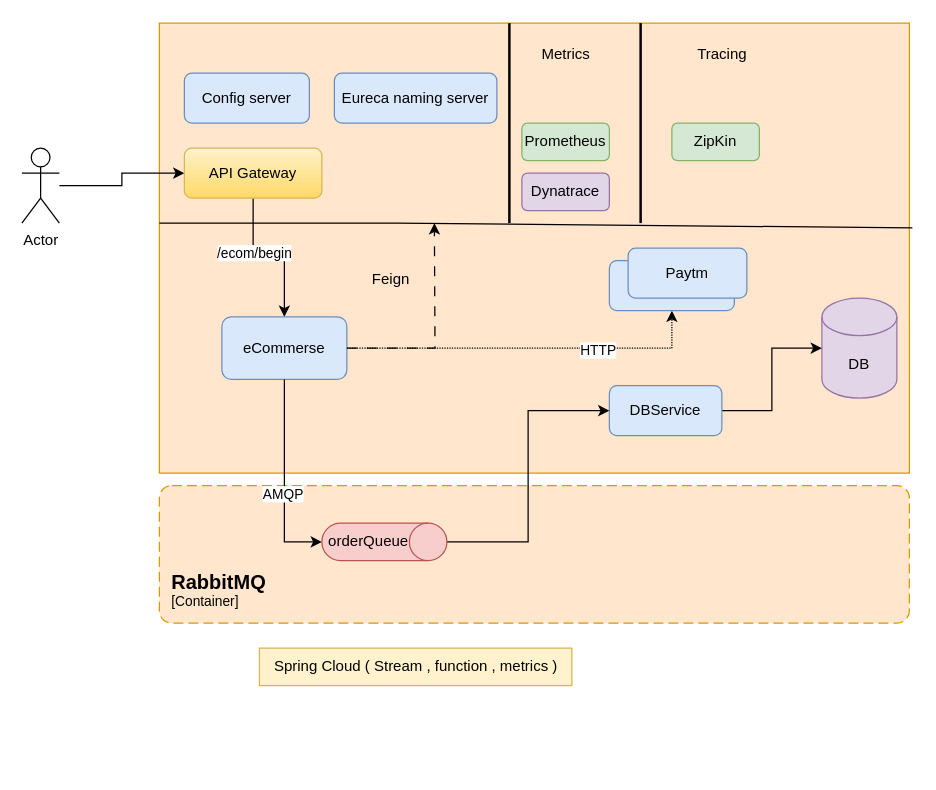
Above: page "Spring-cloud" (2 of 3) of ArchDiagram.drawio in abdulmohsin/microservices (draw.io), before the change. Source tidied: cells renumbered, new cells numbered last; positions are measured from the earlier drawing's top-left corner, leaving out a move shared by most shapes. Both pictures are drawn from the tidied source at 125%, with x=0, y=0 at pixel (21, 22).
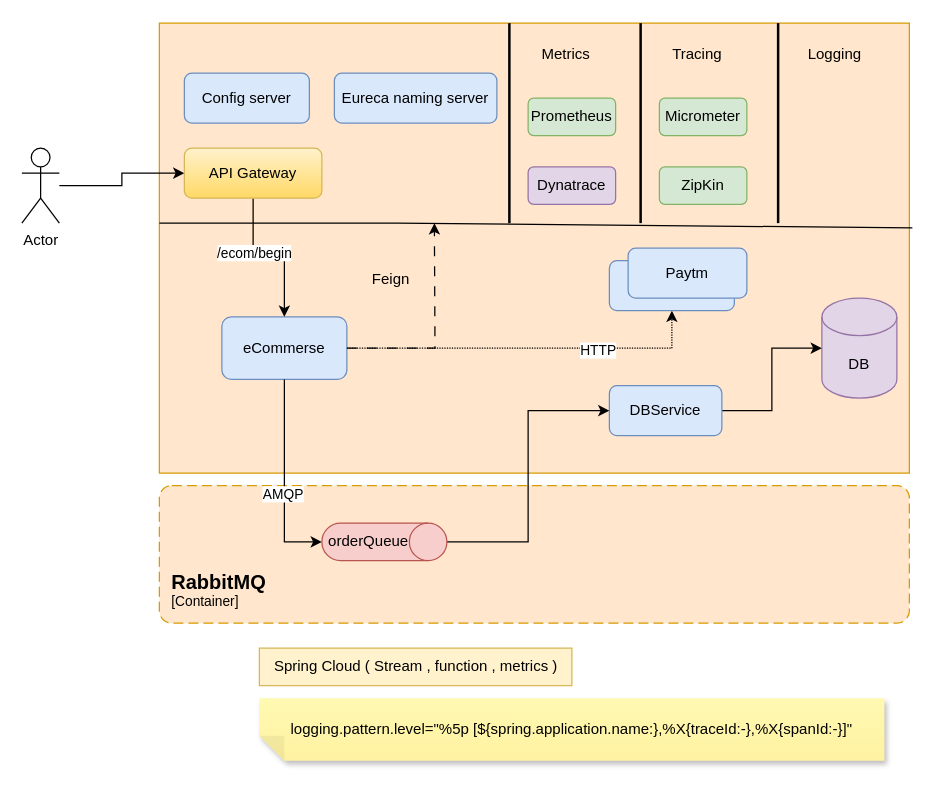
After the change.

Commit message (it also covers changes not shown here):
Metrics logging enabled

Change to the diagram source:
```diff
@@
     <mxCell id="16" value="Prometheus" style="rounded=1;whiteSpace=wrap;html=1;fillColor=#d5e8d4;strokeColor=#82b366;" parent="1" vertex="1">
-      <mxGeometry x="400" y="80" width="70" height="30" as="geometry" />
+      <mxGeometry x="405" y="60" width="70" height="30" as="geometry" />
     </mxCell>
@@
     <mxCell id="18" value="Dynatrace" style="rounded=1;whiteSpace=wrap;html=1;fillColor=#e1d5e7;strokeColor=#9673a6;" parent="1" vertex="1">
-      <mxGeometry x="400" y="120" width="70" height="30" as="geometry" />
+      <mxGeometry x="405" y="115" width="70" height="30" as="geometry" />
     </mxCell>
@@
     <mxCell id="29" value="Tracing" style="text;html=1;align=center;verticalAlign=middle;strokeColor=none;fillColor=none;" parent="1" vertex="1">
-      <mxGeometry x="530" y="10" width="60" height="30" as="geometry" />
+      <mxGeometry x="510" y="10" width="60" height="30" as="geometry" />
     </mxCell>
     <mxCell id="30" value="ZipKin" style="rounded=1;whiteSpace=wrap;html=1;fillColor=#d5e8d4;strokeColor=#82b366;" parent="1" vertex="1">
-      <mxGeometry x="520" y="80" width="70" height="30" as="geometry" />
+      <mxGeometry x="510" y="115" width="70" height="30" as="geometry" />
     </mxCell>
@@
+    <mxCell id="34" style="line;strokeWidth=2;direction=south;html=1;" parent="1" vertex="1">
+      <mxGeometry x="600" width="10" height="160" as="geometry" />
+    </mxCell>
+    <mxCell id="35" value="Micrometer" style="rounded=1;whiteSpace=wrap;html=1;fillColor=#d5e8d4;strokeColor=#82b366;" parent="1" vertex="1">
+      <mxGeometry x="510" y="60" width="70" height="30" as="geometry" />
+    </mxCell>
+    <mxCell id="36" value="Logging" style="text;html=1;align=center;verticalAlign=middle;strokeColor=none;fillColor=none;" parent="1" vertex="1">
+      <mxGeometry x="615" y="10" width="70" height="30" as="geometry" />
+    </mxCell>
+    <mxCell id="37" value="logging.pattern.level=&quot;%5p [${spring.application.name:},%X{traceId:-},%X{spanId:-}]&quot;" style="shape=note;whiteSpace=wrap;html=1;backgroundOutline=1;fontColor=#000000;darkOpacity=0.05;fillColor=#FFF9B2;strokeColor=none;fillStyle=solid;direction=west;gradientDirection=north;gradientColor=#FFF2A1;shadow=1;size=20;" parent="1" vertex="1">
+      <mxGeometry x="190" y="540" width="500" height="50" as="geometry" />
+    </mxCell>
```
